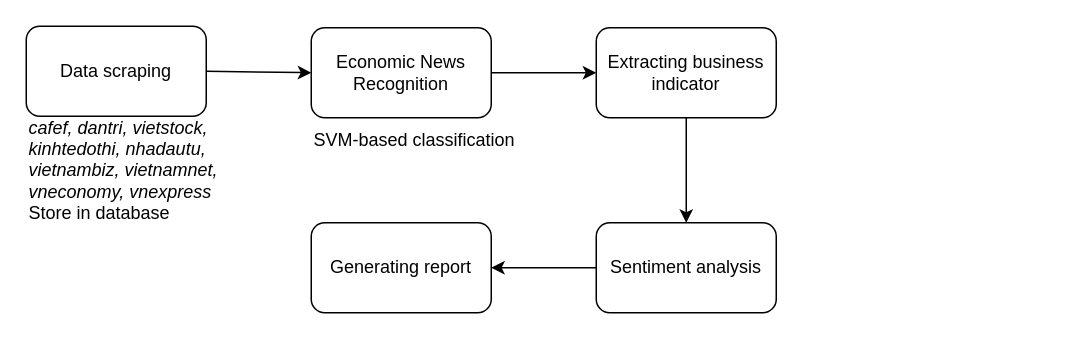
The draw.io diagram Biểu đồ không có tiêu đề.drawio in Angelectronic/alphafold, before the edit. Source tidied: cells renumbered, new cells numbered last; positions are measured from the earlier drawing's top-left corner, leaving out a move shared by most shapes. Both pictures are drawn from the tidied source at 150%, with x=0, y=0 at pixel (26, 26).
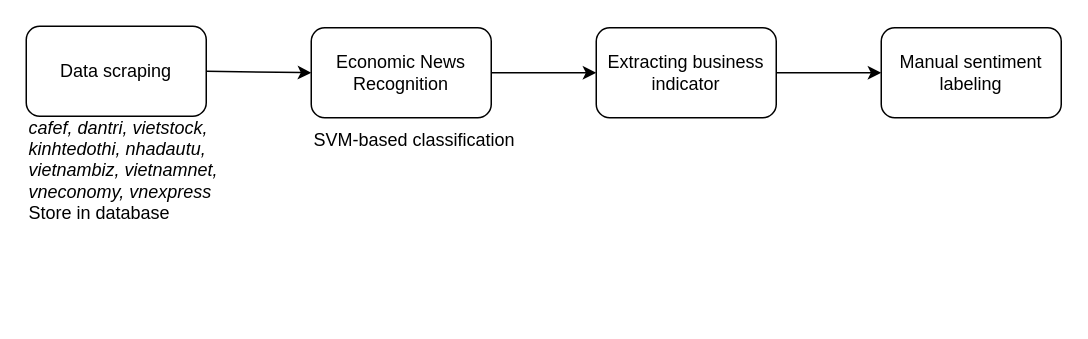
The same page after the edit.

Commit message:
Cập nhật Biểu đồ không có tiêu đề.drawio

The edit, as a diff of the source:
```diff
@@
 <mxGraphModel>
   <root>
     <mxCell id="0" />
     <mxCell id="1" parent="0" />
     <mxCell id="2" value="Data scraping" style="rounded=1;whiteSpace=wrap;html=1;" parent="1" vertex="1">
       <mxGeometry width="120" height="60" as="geometry" />
     </mxCell>
     <mxCell id="3" value="&lt;i&gt;cafef, dantri, vietstock, kinhtedothi, nhadautu, vietnambiz, vietnamnet, vneconomy, vnexpress&lt;/i&gt;&lt;div&gt;Store in database&lt;/div&gt;" style="text;html=1;align=left;verticalAlign=middle;whiteSpace=wrap;rounded=0;" parent="1" vertex="1">
       <mxGeometry y="61" width="130" height="70" as="geometry" />
     </mxCell>
     <mxCell id="4" value="Economic News Recognition" style="rounded=1;whiteSpace=wrap;html=1;" parent="1" vertex="1">
       <mxGeometry x="190" y="1" width="120" height="60" as="geometry" />
     </mxCell>
     <mxCell id="5" style="endArrow=classic;html=1;rounded=0;exitX=1;exitY=0.5;exitDx=0;exitDy=0;entryX=0;entryY=0.5;entryDx=0;entryDy=0;" parent="1" edge="1" source="2" target="4">
       <mxGeometry relative="1" as="geometry" />
     </mxCell>
     <mxCell id="6" value="SVM-based classification" style="text;html=1;align=left;verticalAlign=middle;whiteSpace=wrap;rounded=0;" parent="1" vertex="1">
       <mxGeometry x="190" y="61" width="146" height="30" as="geometry" />
     </mxCell>
     <mxCell id="7" value="Extracting business indicator" style="rounded=1;whiteSpace=wrap;html=1;" parent="1" vertex="1">
       <mxGeometry x="380" y="1" width="120" height="60" as="geometry" />
     </mxCell>
     <mxCell id="8" style="endArrow=classic;html=1;rounded=0;exitX=1;exitY=0.5;exitDx=0;exitDy=0;entryX=0;entryY=0.5;entryDx=0;entryDy=0;" parent="1" edge="1" source="4" target="7">
       <mxGeometry relative="1" as="geometry" />
     </mxCell>
-    <mxCell id="9" value="Sentiment analysis" style="rounded=1;whiteSpace=wrap;html=1;" parent="1" vertex="1">
-      <mxGeometry x="380" y="131" width="120" height="60" as="geometry" />
+    <mxCell id="9" value="Manual sentiment labeling" style="rounded=1;whiteSpace=wrap;html=1;" parent="1" vertex="1">
+      <mxGeometry x="570" y="1" width="120" height="60" as="geometry" />
     </mxCell>
-    <mxCell id="10" style="endArrow=classic;html=1;rounded=0;exitX=0.5;exitY=1;exitDx=0;exitDy=0;entryX=0.5;entryY=0;entryDx=0;entryDy=0;" parent="1" edge="1" source="7" target="9">
+    <mxCell id="10" style="endArrow=classic;html=1;rounded=0;exitX=1;exitY=0.5;exitDx=0;exitDy=0;entryX=0;entryY=0.5;entryDx=0;entryDy=0;" parent="1" edge="1" source="7" target="9">
       <mxGeometry relative="1" as="geometry" />
     </mxCell>
-    <mxCell id="11" value="Generating report" style="rounded=1;whiteSpace=wrap;html=1;" parent="1" vertex="1">
-      <mxGeometry x="190" y="131" width="120" height="60" as="geometry" />
-    </mxCell>
-    <mxCell id="12" style="endArrow=classic;html=1;rounded=0;exitX=0;exitY=0.5;exitDx=0;exitDy=0;entryX=1;entryY=0.5;entryDx=0;entryDy=0;" parent="1" edge="1" source="9" target="11">
-      <mxGeometry relative="1" as="geometry" />
-    </mxCell>
   </root>
 </mxGraphModel>
```
